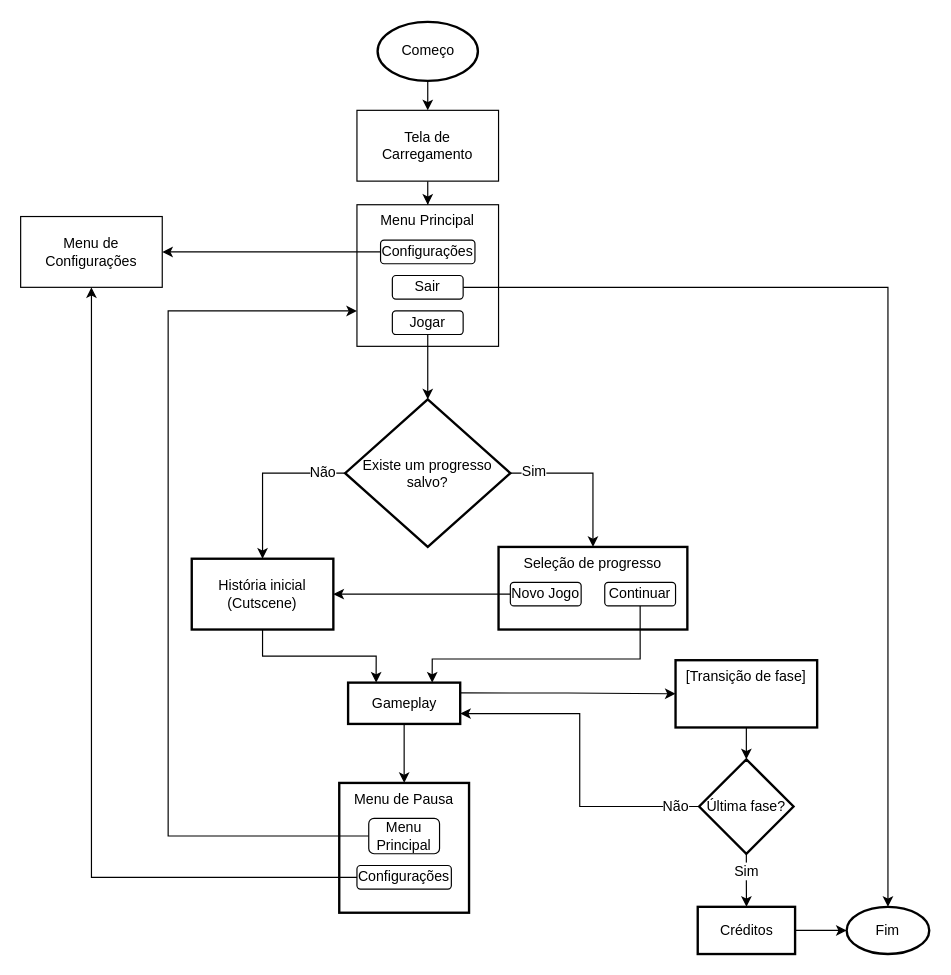
Earlier version of the draw.io diagram Runaway Bear flowchart.drawio (IsaacoHamsto/runawaybeargame). Source tidied: cells renumbered, new cells numbered last; positions are measured from the earlier drawing's top-left corner, leaving out a move shared by most shapes. Both pictures are drawn from the tidied source at 118%, with x=0, y=0 at pixel (20, 21).
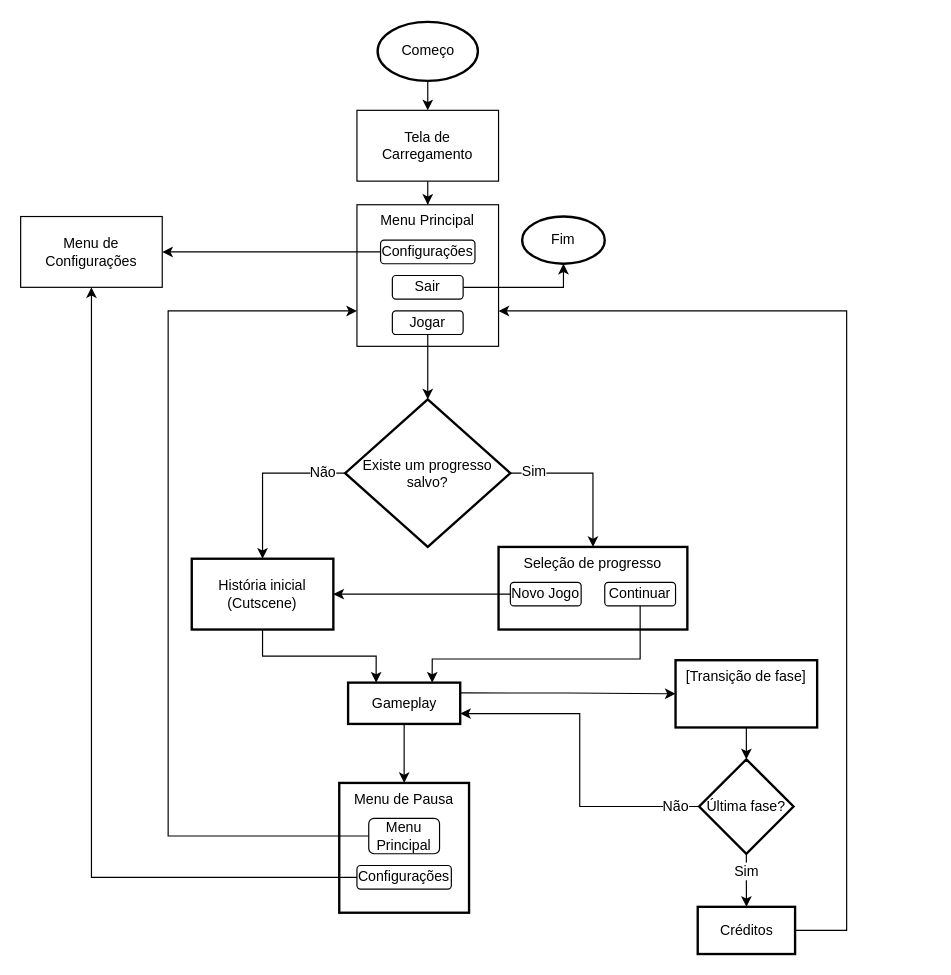
Above is the later version.

Commit message:
Atualizar: Créditos te leva ao menu

The change refers to these unchanged cells:
```xml
<mxCell id="6" value="Menu Principal" style="rounded=0;whiteSpace=wrap;html=1;verticalAlign=top;fillColor=default;" parent="1" vertex="1">
  <mxGeometry x="285" y="155" width="120" height="120" as="geometry" />
</mxCell>
<mxCell id="12" value="Sair" style="rounded=1;whiteSpace=wrap;html=1;fillColor=default;" parent="1" vertex="1">
  <mxGeometry x="315" y="215" width="60" height="20" as="geometry" />
</mxCell>
<mxCell id="43" value="Créditos" style="whiteSpace=wrap;html=1;strokeWidth=2;" parent="1" vertex="1">
  <mxGeometry x="573.8" y="750" width="82.5" height="40" as="geometry" />
</mxCell>
```

The edit, as a diff of the source:
```diff
@@
-    <mxCell id="11" style="edgeStyle=orthogonalEdgeStyle;rounded=0;jettySize=auto;html=1;entryX=0.5;entryY=0;entryDx=0;entryDy=0;entryPerimeter=0;" parent="1" edge="1" source="12" target="26">
+    <mxCell id="11" style="edgeStyle=orthogonalEdgeStyle;rounded=0;jettySize=auto;html=1;" parent="1" edge="1" source="12" target="26">
       <mxGeometry relative="1" as="geometry" />
     </mxCell>
@@
     <mxCell id="26" value="Fim" style="strokeWidth=2;html=1;shape=mxgraph.flowchart.start_1;whiteSpace=wrap;" parent="1" vertex="1">
-      <mxGeometry x="700" y="750" width="70" height="40" as="geometry" />
+      <mxGeometry x="425" y="165" width="70" height="40" as="geometry" />
     </mxCell>
@@
-    <mxCell id="42" style="edgeStyle=orthogonalEdgeStyle;rounded=0;jettySize=auto;html=1;entryX=0;entryY=0.5;entryDx=0;entryDy=0;entryPerimeter=0;" parent="1" edge="1" source="43" target="26">
-      <mxGeometry relative="1" as="geometry" />
-    </mxCell>
+    <mxCell id="44" style="edgeStyle=orthogonalEdgeStyle;rounded=0;jettySize=auto;html=1;entryX=1;entryY=0.75;entryDx=0;entryDy=0;" parent="1" edge="1" source="43" target="6">
+      <mxGeometry relative="1" as="geometry">
+        <Array as="points">
+          <mxPoint x="700" y="770" />
+          <mxPoint x="700" y="245" />
+        </Array>
+      </mxGeometry>
+    </mxCell>
```
